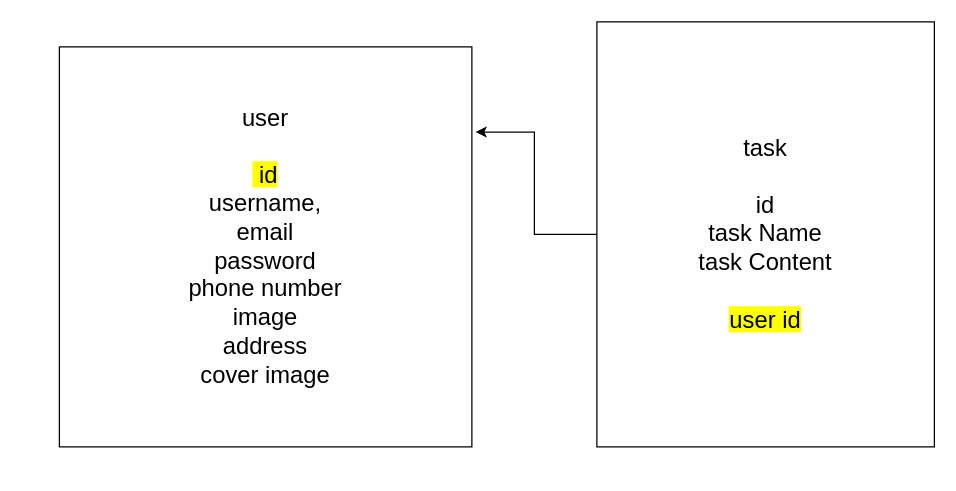
Above: Untitled Diagram.drawio in MintuKrishnan/mint (draw.io), before the change. Source tidied: cells renumbered, new cells numbered last; positions are measured from the earlier drawing's top-left corner, leaving out a move shared by most shapes. Both pictures are drawn from the tidied source at 125%, with x=0, y=0 at pixel (59, 21).
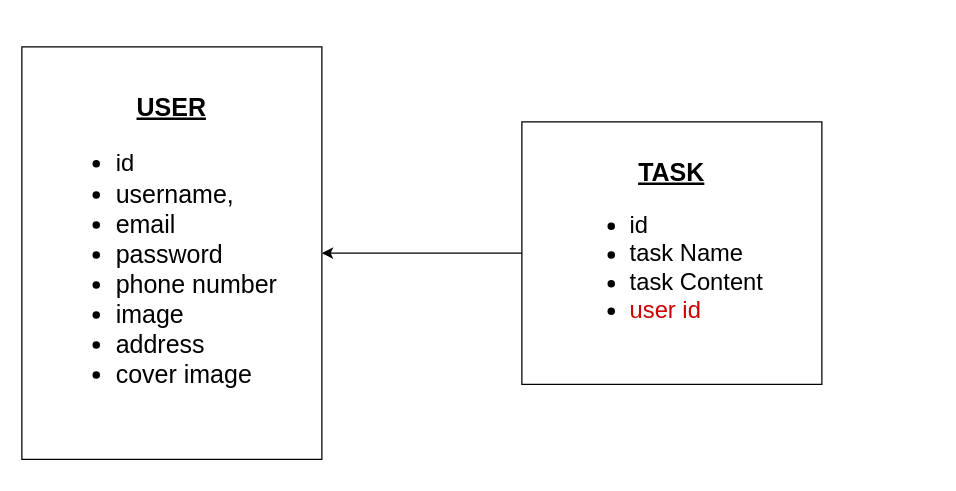
After the change.

Diff of the diagram source:
```diff
@@
 <mxGraphModel>
   <root>
     <mxCell id="0" />
     <mxCell id="1" parent="0" />
-    <mxCell id="2" style="edgeStyle=orthogonalEdgeStyle;rounded=0;jettySize=auto;html=1;entryX=1.009;entryY=0.213;entryDx=0;entryDy=0;entryPerimeter=0;" parent="1" edge="1" source="3" target="4">
+    <mxCell id="2" style="edgeStyle=orthogonalEdgeStyle;rounded=0;jettySize=auto;html=1;entryX=1;entryY=0.5;entryDx=0;entryDy=0;" parent="1" edge="1" source="3" target="4">
       <mxGeometry relative="1" as="geometry" />
     </mxCell>
-    <mxCell id="3" value="&lt;font style=&quot;font-size: 19px&quot;&gt;task&lt;br&gt;&lt;br&gt;id&lt;br&gt;task Name&lt;br&gt;task Content&lt;br&gt;&lt;br&gt;&lt;span style=&quot;background-color: rgb(255 , 255 , 0)&quot;&gt;user id&lt;/span&gt;&lt;/font&gt;" style="rounded=0;whiteSpace=wrap;html=1;" parent="1" vertex="1">
-      <mxGeometry x="430" width="270" height="340" as="geometry" />
+    <mxCell id="3" value="&lt;div style=&quot;font-size: 20px&quot;&gt;&lt;b&gt;&lt;u&gt;TASK&lt;/u&gt;&lt;/b&gt;&lt;/div&gt;&lt;font&gt;&lt;span style=&quot;font-size: 19px&quot;&gt;&lt;div style=&quot;text-align: left&quot;&gt;&lt;ul&gt;&lt;li&gt;&lt;span&gt;id&lt;/span&gt;&lt;/li&gt;&lt;li&gt;&lt;span&gt;task Name&lt;/span&gt;&lt;/li&gt;&lt;li&gt;&lt;span&gt;task Content&lt;/span&gt;&lt;/li&gt;&lt;li&gt;&lt;font color=&quot;#cc0000&quot;&gt;user id&lt;/font&gt;&lt;/li&gt;&lt;/ul&gt;&lt;/div&gt;&lt;/span&gt;&lt;/font&gt;" style="rounded=0;whiteSpace=wrap;html=1;" parent="1" vertex="1">
+      <mxGeometry x="370" y="80" width="240" height="210" as="geometry" />
     </mxCell>
-    <mxCell id="4" value="&lt;font style=&quot;font-size: 19px&quot;&gt;user&lt;br&gt;&lt;br&gt;&lt;span style=&quot;background-color: rgb(255 , 255 , 0)&quot;&gt;&amp;nbsp;id&lt;/span&gt;&lt;br&gt;username,&lt;br&gt;email&lt;br&gt;password&lt;br&gt;phone number&lt;br&gt;image&lt;br&gt;address&lt;br&gt;cover image&lt;/font&gt;" style="rounded=0;whiteSpace=wrap;html=1;" parent="1" vertex="1">
-      <mxGeometry y="20" width="330" height="320" as="geometry" />
+    <mxCell id="4" value="&lt;font&gt;&lt;font style=&quot;font-size: 20px&quot;&gt;&lt;b&gt;&lt;u&gt;USER&lt;/u&gt;&lt;/b&gt;&lt;br&gt;&lt;div style=&quot;text-align: left&quot;&gt;&lt;ul&gt;&lt;li&gt;&lt;span style=&quot;font-size: 19px&quot;&gt;id&lt;/span&gt;&lt;/li&gt;&lt;li&gt;&lt;span&gt;username,&lt;/span&gt;&lt;/li&gt;&lt;li&gt;&lt;span&gt;email&lt;/span&gt;&lt;/li&gt;&lt;li&gt;&lt;span&gt;password&lt;/span&gt;&lt;/li&gt;&lt;li&gt;&lt;span&gt;phone number&lt;/span&gt;&lt;/li&gt;&lt;li&gt;&lt;span&gt;image&lt;/span&gt;&lt;/li&gt;&lt;li&gt;&lt;span&gt;address&lt;/span&gt;&lt;/li&gt;&lt;li&gt;&lt;span&gt;cover image&lt;/span&gt;&lt;/li&gt;&lt;/ul&gt;&lt;/div&gt;&lt;/font&gt;&lt;/font&gt;" style="rounded=0;whiteSpace=wrap;html=1;" parent="1" vertex="1">
+      <mxGeometry x="-30" y="20" width="240" height="330" as="geometry" />
     </mxCell>
+    <mxCell id="5" style="edgeStyle=orthogonalEdgeStyle;rounded=0;orthogonalLoop=1;jettySize=auto;html=1;exitX=0.5;exitY=1;exitDx=0;exitDy=0;" parent="1" edge="1" source="4" target="4">
+      <mxGeometry relative="1" as="geometry" />
+    </mxCell>
   </root>
 </mxGraphModel>
```
